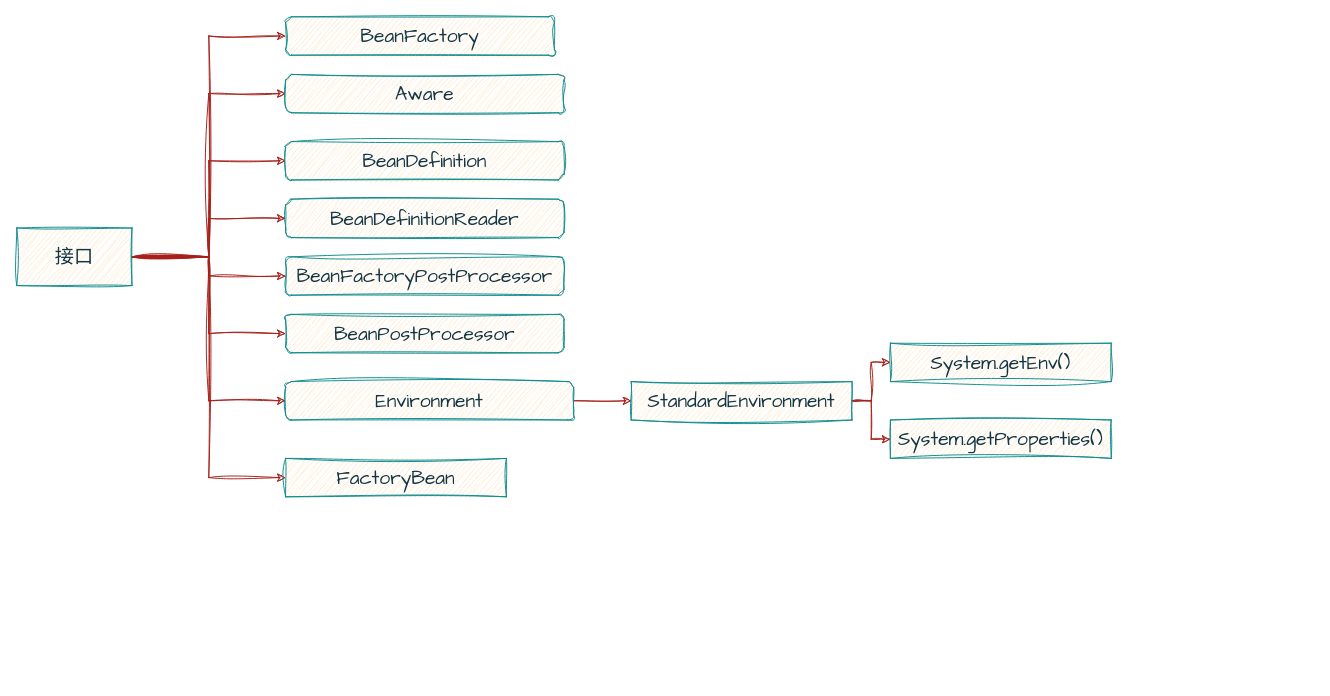
Above: drawio/spring.drawio in Floweryu/my-diagrams (draw.io), before the change. Source tidied: cells renumbered, new cells numbered last; positions are measured from the earlier drawing's top-left corner, leaving out a move shared by most shapes. Both pictures are drawn from the tidied source at 96%, with x=0, y=0 at pixel (16, 16).
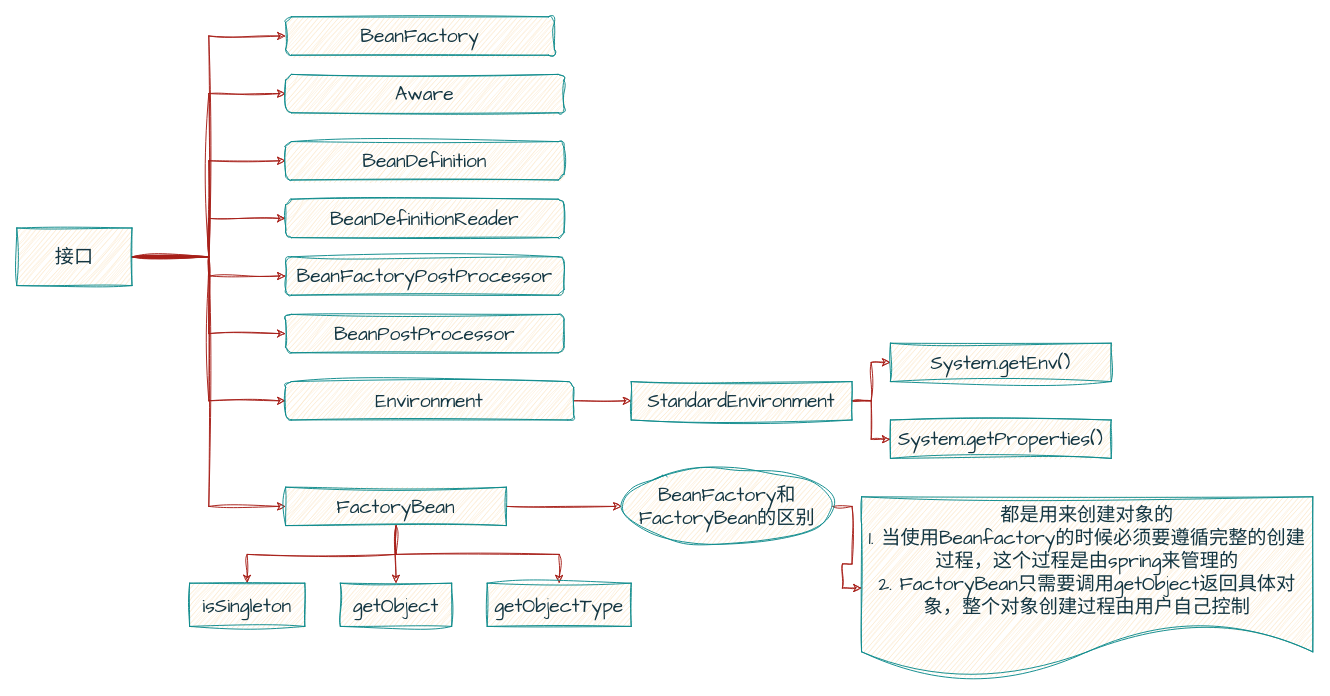
The same page after the edit.

What changed in the source:
```diff
@@
+    <mxCell id="25" style="edgeStyle=orthogonalEdgeStyle;rounded=0;sketch=1;hachureGap=4;jiggle=2;curveFitting=1;jettySize=auto;html=1;entryX=0;entryY=0.5;entryDx=0;entryDy=0;fontFamily=Architects Daughter;fontSize=16;labelBackgroundColor=none;strokeColor=#A8201A;fontColor=default;" parent="1" edge="1" source="24" target="30">
+      <mxGeometry relative="1" as="geometry" />
+    </mxCell>
+    <mxCell id="26" style="edgeStyle=orthogonalEdgeStyle;rounded=0;sketch=1;hachureGap=4;jiggle=2;curveFitting=1;jettySize=auto;html=1;exitX=0.5;exitY=1;exitDx=0;exitDy=0;entryX=0.5;entryY=0;entryDx=0;entryDy=0;fontFamily=Architects Daughter;fontSize=16;labelBackgroundColor=none;strokeColor=#A8201A;fontColor=default;" parent="1" edge="1" source="24" target="33">
+      <mxGeometry relative="1" as="geometry" />
+    </mxCell>
+    <mxCell id="27" style="edgeStyle=orthogonalEdgeStyle;rounded=0;sketch=1;hachureGap=4;jiggle=2;curveFitting=1;jettySize=auto;html=1;exitX=0.5;exitY=1;exitDx=0;exitDy=0;entryX=0.5;entryY=0;entryDx=0;entryDy=0;fontFamily=Architects Daughter;fontSize=16;labelBackgroundColor=none;strokeColor=#A8201A;fontColor=default;" parent="1" edge="1" source="24" target="32">
+      <mxGeometry relative="1" as="geometry" />
+    </mxCell>
+    <mxCell id="28" style="edgeStyle=orthogonalEdgeStyle;rounded=0;sketch=1;hachureGap=4;jiggle=2;curveFitting=1;jettySize=auto;html=1;exitX=0.5;exitY=1;exitDx=0;exitDy=0;fontFamily=Architects Daughter;fontSize=16;labelBackgroundColor=none;strokeColor=#A8201A;fontColor=default;" parent="1" edge="1" source="24" target="34">
+      <mxGeometry relative="1" as="geometry" />
+    </mxCell>
     <mxCell id="24" value="&lt;font face=&quot;Comic Sans MS&quot;&gt;FactoryBean&lt;/font&gt;" style="rounded=0;whiteSpace=wrap;html=1;hachureGap=4;fontFamily=Architects Daughter;fontSize=20;sketch=1;curveFitting=1;jiggle=2;labelBackgroundColor=none;fillColor=#FAE5C7;strokeColor=#0F8B8D;fontColor=#143642;" parent="1" vertex="1">
-      <mxGeometry x="280" y="460" width="230" height="40" as="geometry" />
+      <mxGeometry x="280" y="490" width="230" height="40" as="geometry" />
     </mxCell>
+    <mxCell id="29" style="edgeStyle=orthogonalEdgeStyle;rounded=0;sketch=1;hachureGap=4;jiggle=2;curveFitting=1;jettySize=auto;html=1;exitX=1;exitY=0.5;exitDx=0;exitDy=0;fontFamily=Architects Daughter;fontSize=16;labelBackgroundColor=none;strokeColor=#A8201A;fontColor=default;" parent="1" edge="1" source="30" target="31">
+      <mxGeometry relative="1" as="geometry" />
+    </mxCell>
+    <mxCell id="30" value="&lt;font face=&quot;Comic Sans MS&quot;&gt;BeanFactory和FactoryBean的区别&lt;/font&gt;" style="ellipse;whiteSpace=wrap;html=1;sketch=1;hachureGap=4;jiggle=2;curveFitting=1;fontFamily=Architects Daughter;fontSize=20;labelBackgroundColor=none;fillColor=#FAE5C7;strokeColor=#0F8B8D;fontColor=#143642;" parent="1" vertex="1">
+      <mxGeometry x="630" y="470" width="220" height="80" as="geometry" />
+    </mxCell>
+    <mxCell id="31" value="&lt;font face=&quot;Comic Sans MS&quot;&gt;都是用来创建对象的&lt;br&gt;1. 当使用Beanfactory的时候必须要遵循完整的创建过程，这个过程是由spring来管理的&lt;br&gt;2. FactoryBean只需要调用getObject返回具体对象，整个对象创建过程由用户自己控制&lt;/font&gt;" style="shape=document;whiteSpace=wrap;html=1;boundedLbl=1;sketch=1;hachureGap=4;jiggle=2;curveFitting=1;fontFamily=Architects Daughter;fontSize=20;labelBackgroundColor=none;fillColor=#FAE5C7;strokeColor=#0F8B8D;fontColor=#143642;" parent="1" vertex="1">
+      <mxGeometry x="880" y="500" width="470" height="190" as="geometry" />
+    </mxCell>
+    <mxCell id="32" value="&lt;font face=&quot;Comic Sans MS&quot;&gt;isSingleton&lt;/font&gt;" style="rounded=0;whiteSpace=wrap;html=1;sketch=1;hachureGap=4;jiggle=2;curveFitting=1;fontFamily=Architects Daughter;fontSize=20;labelBackgroundColor=none;fillColor=#FAE5C7;strokeColor=#0F8B8D;fontColor=#143642;" parent="1" vertex="1">
+      <mxGeometry x="180" y="590" width="120" height="45" as="geometry" />
+    </mxCell>
+    <mxCell id="33" value="&lt;font face=&quot;Comic Sans MS&quot;&gt;getObject&lt;/font&gt;" style="rounded=0;whiteSpace=wrap;html=1;sketch=1;hachureGap=4;jiggle=2;curveFitting=1;fontFamily=Architects Daughter;fontSize=20;labelBackgroundColor=none;fillColor=#FAE5C7;strokeColor=#0F8B8D;fontColor=#143642;" parent="1" vertex="1">
+      <mxGeometry x="337" y="590" width="116" height="45" as="geometry" />
+    </mxCell>
+    <mxCell id="34" value="&lt;font face=&quot;Comic Sans MS&quot;&gt;getObjectType&lt;/font&gt;" style="rounded=0;whiteSpace=wrap;html=1;sketch=1;hachureGap=4;jiggle=2;curveFitting=1;fontFamily=Architects Daughter;fontSize=20;labelBackgroundColor=none;fillColor=#FAE5C7;strokeColor=#0F8B8D;fontColor=#143642;" parent="1" vertex="1">
+      <mxGeometry x="490" y="590" width="150" height="45" as="geometry" />
+    </mxCell>
```
